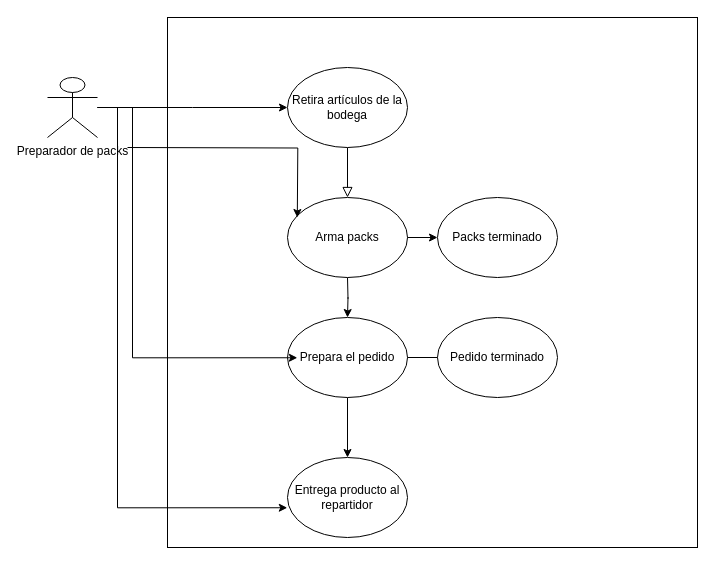
Claudia624/dotfiles keeps this draw.io diagram as Untitled Diagram.drawio. Above is the earlier version. Source tidied: cells renumbered, new cells numbered last; positions are measured from the earlier drawing's top-left corner, leaving out a move shared by most shapes. Both pictures are drawn from the tidied source at 100%, with x=0, y=0 at pixel (47, 17).
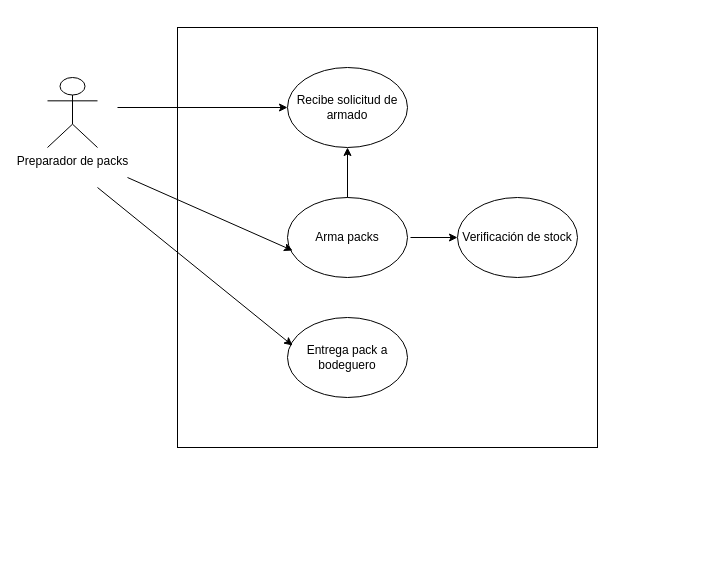
The same page after the edit.

The change refers to these unchanged cells:
```xml
<mxCell id="8" value="Arma packs" style="ellipse;whiteSpace=wrap;html=1;" parent="1" vertex="1">
  <mxGeometry x="240" y="180" width="120" height="80" as="geometry" />
</mxCell>
```

Change to the diagram source:
```diff
@@
-    <mxCell id="2" style="rounded=0;html=1;jettySize=auto;orthogonalLoop=1;fontSize=11;endArrow=block;endFill=0;endSize=8;strokeWidth=1;shadow=0;labelBackgroundColor=none;edgeStyle=orthogonalEdgeStyle;" parent="1" edge="1">
-      <mxGeometry relative="1" as="geometry">
-        <mxPoint x="300" y="130" as="sourcePoint" />
-        <mxPoint x="300" y="180" as="targetPoint" />
-      </mxGeometry>
-    </mxCell>
-    <mxCell id="3" style="edgeStyle=orthogonalEdgeStyle;rounded=0;orthogonalLoop=1;jettySize=auto;html=1;exitX=1;exitY=0.5;exitDx=0;exitDy=0;" parent="1" edge="1">
-      <mxGeometry relative="1" as="geometry">
-        <mxPoint x="340" y="220" as="sourcePoint" />
-        <mxPoint x="390" y="220" as="targetPoint" />
-      </mxGeometry>
-    </mxCell>
-    <mxCell id="4" style="edgeStyle=orthogonalEdgeStyle;rounded=0;orthogonalLoop=1;jettySize=auto;html=1;exitX=0.5;exitY=1;exitDx=0;exitDy=0;" parent="1" edge="1">
-      <mxGeometry relative="1" as="geometry">
-        <mxPoint x="300" y="260" as="sourcePoint" />
-        <mxPoint x="300" y="300" as="targetPoint" />
-      </mxGeometry>
-    </mxCell>
-    <mxCell id="5" style="edgeStyle=orthogonalEdgeStyle;rounded=0;orthogonalLoop=1;jettySize=auto;html=1;exitX=0.5;exitY=1;exitDx=0;exitDy=0;entryX=0.5;entryY=0;entryDx=0;entryDy=0;" parent="1" edge="1">
-      <mxGeometry relative="1" as="geometry">
-        <mxPoint x="300" y="380" as="sourcePoint" />
-        <mxPoint x="300" y="440" as="targetPoint" />
-      </mxGeometry>
-    </mxCell>
-    <mxCell id="6" style="edgeStyle=orthogonalEdgeStyle;rounded=0;orthogonalLoop=1;jettySize=auto;html=1;exitX=1;exitY=0.5;exitDx=0;exitDy=0;" parent="1" edge="1">
-      <mxGeometry relative="1" as="geometry">
-        <mxPoint x="340" y="340" as="sourcePoint" />
-        <mxPoint x="400" y="340" as="targetPoint" />
-      </mxGeometry>
-    </mxCell>
-    <mxCell id="7" value="Pedido terminado" style="ellipse;whiteSpace=wrap;html=1;" parent="1" vertex="1">
-      <mxGeometry x="390" y="300" width="120" height="80" as="geometry" />
-    </mxCell>
@@
-    <mxCell id="9" value="Packs terminado" style="ellipse;whiteSpace=wrap;html=1;" parent="1" vertex="1">
-      <mxGeometry x="390" y="180" width="120" height="80" as="geometry" />
-    </mxCell>
-    <mxCell id="10" value="Retira artículos de la bodega" style="ellipse;whiteSpace=wrap;html=1;" parent="1" vertex="1">
+    <mxCell id="10" value="Recibe solicitud de armado" style="ellipse;whiteSpace=wrap;html=1;" parent="1" vertex="1">
       <mxGeometry x="240" y="50" width="120" height="80" as="geometry" />
     </mxCell>
-    <mxCell id="11" value="Prepara el pedido" style="ellipse;whiteSpace=wrap;html=1;" parent="1" vertex="1">
-      <mxGeometry x="240" y="300" width="120" height="80" as="geometry" />
+    <mxCell id="11" value="Verificación de stock" style="ellipse;whiteSpace=wrap;html=1;" parent="1" vertex="1">
+      <mxGeometry x="410" y="180" width="120" height="80" as="geometry" />
     </mxCell>
-    <mxCell id="12" value="Entrega producto al repartidor" style="ellipse;whiteSpace=wrap;html=1;" parent="1" vertex="1">
-      <mxGeometry x="240" y="440" width="120" height="80" as="geometry" />
-    </mxCell>
-    <mxCell id="13" style="whiteSpace=wrap;html=1;fillColor=none;" parent="1" vertex="1">
-      <mxGeometry x="120" width="530" height="530" as="geometry" />
-    </mxCell>
-    <mxCell id="14" style="edgeStyle=orthogonalEdgeStyle;rounded=0;jettySize=auto;html=1;" parent="1" edge="1" source="17">
-      <mxGeometry relative="1" as="geometry">
-        <mxPoint x="240" y="90" as="targetPoint" />
-      </mxGeometry>
-    </mxCell>
-    <mxCell id="15" style="edgeStyle=orthogonalEdgeStyle;rounded=0;jettySize=auto;html=1;entryX=0.245;entryY=0.642;entryDx=0;entryDy=0;entryPerimeter=0;" parent="1" edge="1" source="17" target="13">
-      <mxGeometry relative="1" as="geometry" />
-    </mxCell>
-    <mxCell id="16" style="edgeStyle=orthogonalEdgeStyle;rounded=0;jettySize=auto;html=1;entryX=0.226;entryY=0.925;entryDx=0;entryDy=0;entryPerimeter=0;" parent="1" edge="1" source="17" target="13">
-      <mxGeometry relative="1" as="geometry">
-        <Array as="points">
-          <mxPoint x="70" y="90" />
-          <mxPoint x="70" y="490" />
-        </Array>
-      </mxGeometry>
-    </mxCell>
     <mxCell id="17" value="Preparador de packs" style="shape=umlActor;verticalLabelPosition=bottom;verticalAlign=top;html=1;outlineConnect=0;fillColor=none;" parent="1" vertex="1">
-      <mxGeometry y="60" width="50" height="60" as="geometry" />
+      <mxGeometry y="60" width="50" height="70" as="geometry" />
     </mxCell>
-    <mxCell id="18" style="edgeStyle=orthogonalEdgeStyle;rounded=0;orthogonalLoop=1;jettySize=auto;html=1;entryX=0.226;entryY=0.17;entryDx=0;entryDy=0;entryPerimeter=0;" parent="1" edge="1">
-      <mxGeometry relative="1" as="geometry">
-        <mxPoint x="80" y="130" as="sourcePoint" />
-        <mxPoint x="249.8" y="200" as="targetPoint" />
-      </mxGeometry>
-    </mxCell>
+    <mxCell id="19" value="Entrega pack a bodeguero" style="ellipse;whiteSpace=wrap;html=1;fillColor=none;" parent="1" vertex="1">
+      <mxGeometry x="240" y="300" width="120" height="80" as="geometry" />
+    </mxCell>
+    <mxCell id="20" style="endArrow=classic;html=1;" parent="1" edge="1">
+      <mxGeometry relative="1" as="geometry">
+        <mxPoint x="300" y="180" as="sourcePoint" />
+        <mxPoint x="300" y="130" as="targetPoint" />
+      </mxGeometry>
+    </mxCell>
+    <mxCell id="21" style="endArrow=classic;html=1;" parent="1" edge="1">
+      <mxGeometry relative="1" as="geometry">
+        <mxPoint x="70" y="90" as="sourcePoint" />
+        <mxPoint x="240" y="90" as="targetPoint" />
+      </mxGeometry>
+    </mxCell>
+    <mxCell id="22" style="endArrow=classic;html=1;entryX=0.042;entryY=0.663;entryDx=0;entryDy=0;entryPerimeter=0;" parent="1" edge="1" target="8">
+      <mxGeometry relative="1" as="geometry">
+        <mxPoint x="80" y="160" as="sourcePoint" />
+      </mxGeometry>
+    </mxCell>
+    <mxCell id="23" style="endArrow=classic;html=1;" parent="1" edge="1">
+      <mxGeometry relative="1" as="geometry">
+        <mxPoint x="363" y="220" as="sourcePoint" />
+        <mxPoint x="410" y="220" as="targetPoint" />
+      </mxGeometry>
+    </mxCell>
+    <mxCell id="24" style="endArrow=classic;html=1;entryX=0.042;entryY=0.35;entryDx=0;entryDy=0;entryPerimeter=0;" parent="1" edge="1" target="19">
+      <mxGeometry relative="1" as="geometry">
+        <mxPoint x="50" y="170" as="sourcePoint" />
+      </mxGeometry>
+    </mxCell>
+    <mxCell id="25" style="whiteSpace=wrap;html=1;fillColor=none;" parent="1" vertex="1">
+      <mxGeometry x="130" y="10" width="420" height="420" as="geometry" />
+    </mxCell>
```
